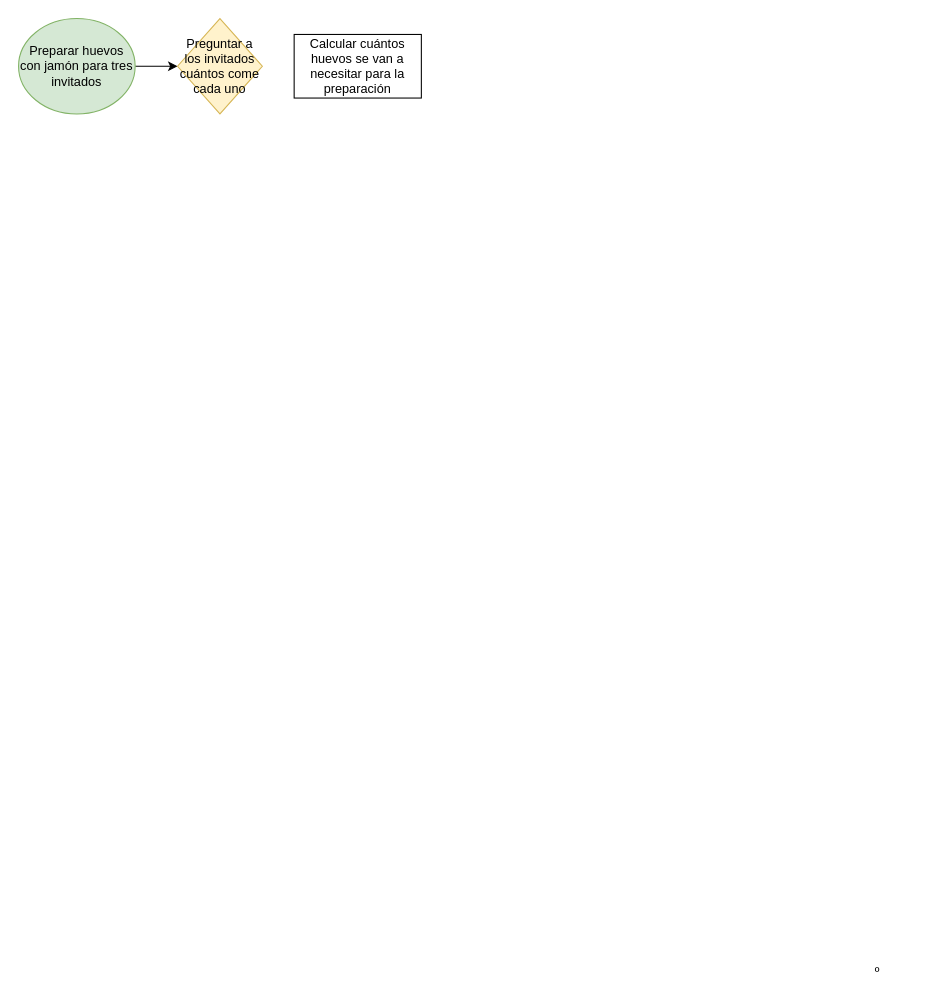
Above: Untitled Diagram.drawio in missphoneme/ejercicios-kodemia (draw.io), before the change. Source tidied: cells renumbered, new cells numbered last; positions are measured from the earlier drawing's top-left corner, leaving out a move shared by most shapes. Both pictures are drawn from the tidied source at 106%, with x=0, y=0 at pixel (18, 18).
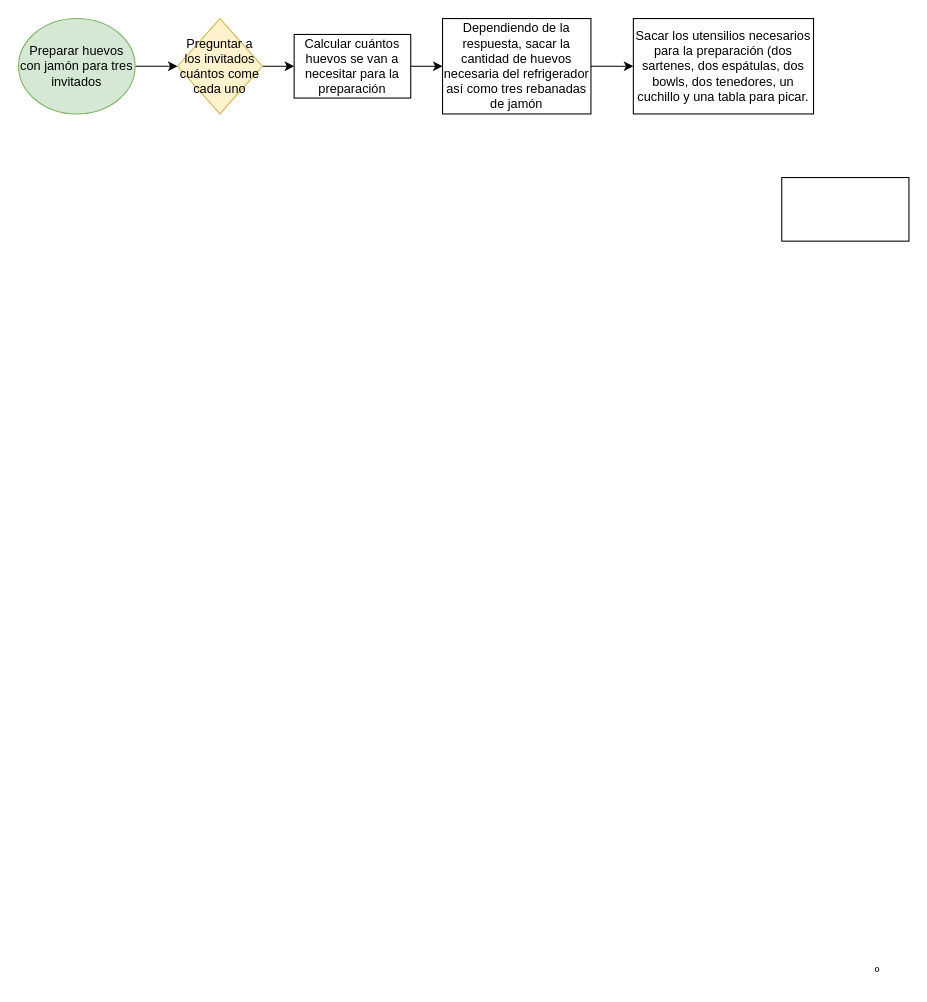
Above is the later version.

What changed in the source:
```diff
@@
 <mxGraphModel>
   <root>
     <mxCell id="0" />
     <mxCell id="1" parent="0" />
     <mxCell id="2" value="º" style="text;html=1;align=center;verticalAlign=middle;" parent="1" vertex="1">
       <mxGeometry x="800" y="890" width="20" height="20" as="geometry" />
     </mxCell>
     <mxCell id="3" style="edgeStyle=orthogonalEdgeStyle;rounded=0;jettySize=auto;html=1;entryX=0;entryY=0.5;entryDx=0;entryDy=0;" parent="1" edge="1" source="4" target="5">
       <mxGeometry relative="1" as="geometry" />
     </mxCell>
     <mxCell id="4" value="Preparar huevos con jamón para tres invitados" style="ellipse;whiteSpace=wrap;html=1;fillColor=#d5e8d4;strokeColor=#82b366;" parent="1" vertex="1">
       <mxGeometry width="110" height="90" as="geometry" />
     </mxCell>
+    <mxCell id="7" style="edgeStyle=orthogonalEdgeStyle;rounded=0;jettySize=auto;html=1;entryX=0;entryY=0.5;entryDx=0;entryDy=0;" parent="1" edge="1" source="5" target="6">
+      <mxGeometry relative="1" as="geometry" />
+    </mxCell>
     <mxCell id="5" value="Preguntar a los invitados cuántos come cada uno" style="rhombus;whiteSpace=wrap;html=1;fillColor=#fff2cc;strokeColor=#d6b656;" parent="1" vertex="1">
       <mxGeometry x="150" width="80" height="90" as="geometry" />
     </mxCell>
+    <mxCell id="8" style="edgeStyle=orthogonalEdgeStyle;rounded=0;jettySize=auto;html=1;entryX=0;entryY=0.5;entryDx=0;entryDy=0;" parent="1" edge="1" source="6" target="10">
+      <mxGeometry relative="1" as="geometry" />
+    </mxCell>
     <mxCell id="6" value="Calcular cuántos huevos se van a necesitar para la preparación" style="rounded=0;whiteSpace=wrap;html=1;" parent="1" vertex="1">
-      <mxGeometry x="260" y="15" width="120" height="60" as="geometry" />
+      <mxGeometry x="260" y="15" width="110" height="60" as="geometry" />
     </mxCell>
+    <mxCell id="9" style="edgeStyle=orthogonalEdgeStyle;rounded=0;jettySize=auto;html=1;entryX=0;entryY=0.5;entryDx=0;entryDy=0;" parent="1" edge="1" source="10" target="11">
+      <mxGeometry relative="1" as="geometry" />
+    </mxCell>
+    <mxCell id="10" value="Dependiendo de la respuesta, sacar la cantidad de huevos necesaria del refrigerador así como tres rebanadas de jamón" style="rounded=0;whiteSpace=wrap;html=1;" parent="1" vertex="1">
+      <mxGeometry x="400" width="140" height="90" as="geometry" />
+    </mxCell>
+    <mxCell id="11" value="Sacar los utensilios necesarios para la preparación (dos sartenes, dos espátulas, dos bowls, dos tenedores, un cuchillo y una tabla para picar." style="rounded=0;whiteSpace=wrap;html=1;" parent="1" vertex="1">
+      <mxGeometry x="580" width="170" height="90" as="geometry" />
+    </mxCell>
+    <mxCell id="12" style="rounded=0;whiteSpace=wrap;html=1;" parent="1" vertex="1">
+      <mxGeometry x="720" y="150" width="120" height="60" as="geometry" />
+    </mxCell>
   </root>
 </mxGraphModel>
```
